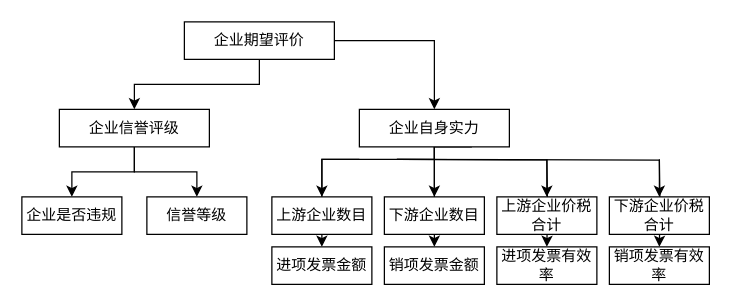
This is 未命名绘图.drawio from 06leong/hello_world, a draw.io file, before an edit. Source tidied: cells renumbered, new cells numbered last; positions are measured from the earlier drawing's top-left corner, leaving out a move shared by most shapes. Both pictures are drawn from the tidied source at 125%, with x=0, y=0 at pixel (21, 21).
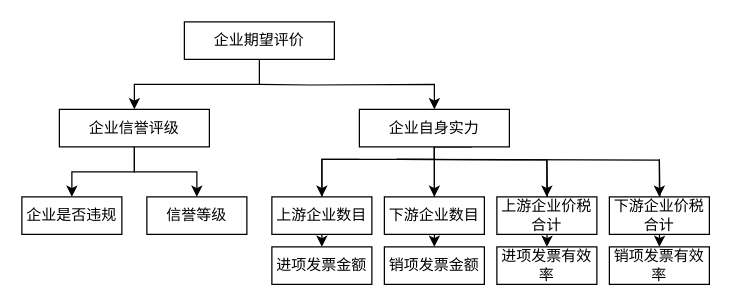
The same page after the edit.

Commit message (it also covers changes not shown here):
更新未命名绘图.drawio

Unchanged cells that the change refers to:
```xml
<mxCell id="4" value="企业期望评价" style="rounded=0;whiteSpace=wrap;html=1;" parent="1" vertex="1">
  <mxGeometry x="130" width="120" height="30" as="geometry" />
</mxCell>
<mxCell id="13" value="企业自身实力" style="whiteSpace=wrap;html=1;rounded=0;" parent="1" vertex="1">
  <mxGeometry x="270" y="70" width="120" height="30" as="geometry" />
</mxCell>
```

What changed in the source:
```diff
@@
-    <mxCell id="2" style="edgeStyle=orthogonalEdgeStyle;rounded=0;jettySize=auto;html=1;" parent="1" edge="1" source="4" target="13">
-      <mxGeometry relative="1" as="geometry" />
+    <mxCell id="2" style="edgeStyle=orthogonalEdgeStyle;rounded=0;jettySize=auto;html=1;" parent="1" edge="1" target="13">
+      <mxGeometry relative="1" as="geometry">
+        <mxPoint x="190" y="50" as="sourcePoint" />
+      </mxGeometry>
     </mxCell>
```
